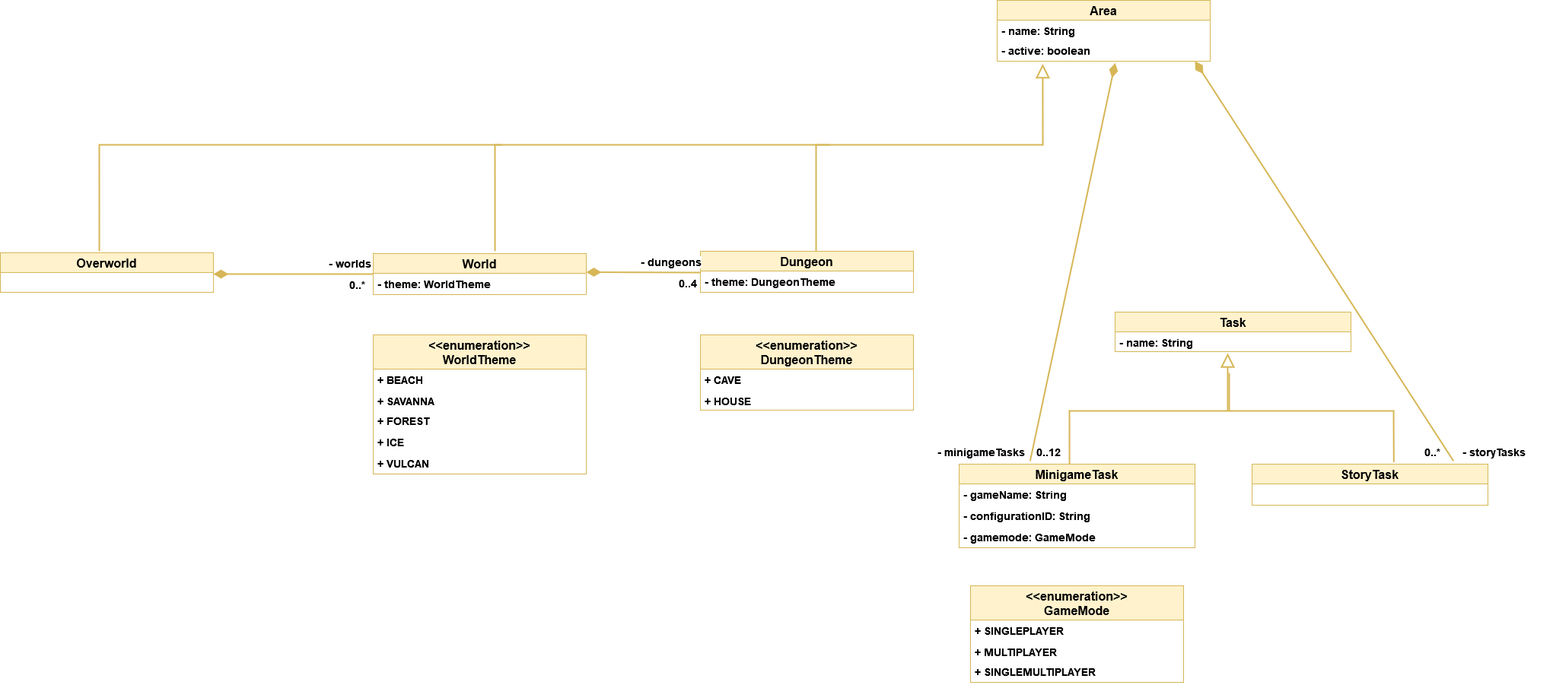
Gamify-IT/docs keeps this draw.io diagram as dev-manuals/services/overworld/class-diagram/overworld-class-diagram.png. Above is the earlier version. Source tidied: cells renumbered, new cells last; positions are measured from the earlier drawing's top-left corner, leaving out a move shared by most shapes.
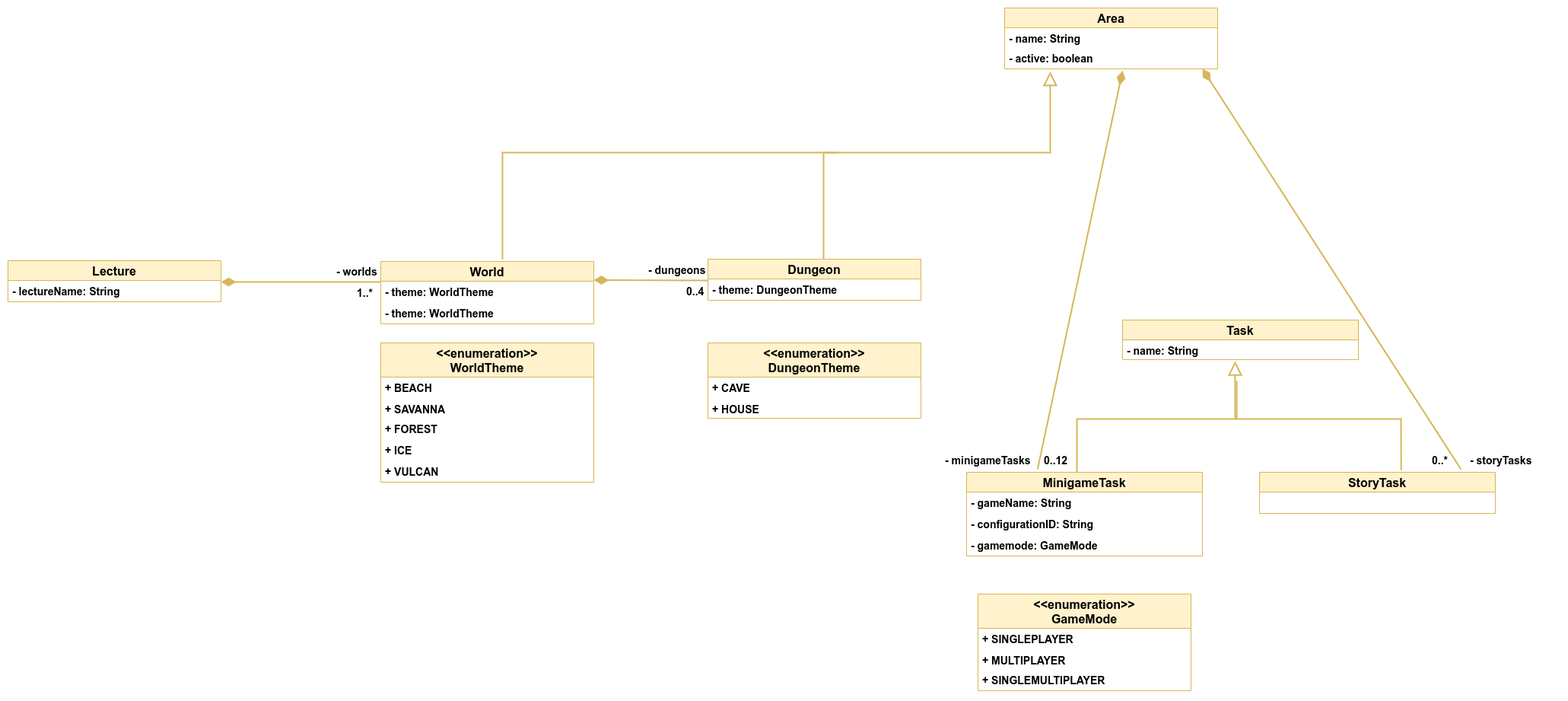
The same diagram one commit later.

Commit message:
update class diagram

Diff of the diagram source:
```diff
@@ -2,16 +2,22 @@
   <root>
     <mxCell id="0" />
     <mxCell id="1" parent="0" />
-    <mxCell id="2" value="Overworld" style="swimlane;fontStyle=1;horizontal=1;startSize=26;fillColor=#fff2cc;strokeColor=#d6b656;fontSize=16;" parent="1" vertex="1">
-      <mxGeometry y="332" width="280" height="52" as="geometry" />
+    <mxCell id="2" value="Lecture" style="swimlane;fontStyle=1;horizontal=1;startSize=26;fillColor=#fff2cc;strokeColor=#d6b656;fontSize=16;" parent="1" vertex="1">
+      <mxGeometry y="332" width="280" height="54" as="geometry" />
     </mxCell>
+    <mxCell id="48" value="- lectureName: String" style="text;strokeColor=none;fillColor=none;align=left;verticalAlign=top;spacingLeft=4;spacingRight=4;overflow=hidden;fontStyle=1;fontSize=14;" parent="2" vertex="1">
+      <mxGeometry y="26" width="280" height="28" as="geometry" />
+    </mxCell>
     <mxCell id="3" value="World" style="swimlane;fontStyle=1;horizontal=1;startSize=26;fillColor=#fff2cc;strokeColor=#d6b656;fontSize=16;" parent="1" vertex="1">
-      <mxGeometry x="490" y="333" width="280" height="54" as="geometry" />
+      <mxGeometry x="490" y="333" width="280" height="82" as="geometry" />
     </mxCell>
+    <mxCell id="49" value="- theme: WorldTheme" style="text;strokeColor=none;fillColor=none;align=left;verticalAlign=top;spacingLeft=4;spacingRight=4;overflow=hidden;fontStyle=1;fontSize=14;" parent="3" vertex="1">
+      <mxGeometry y="26" width="280" height="28" as="geometry" />
+    </mxCell>
     <mxCell id="4" value="- theme: WorldTheme" style="text;strokeColor=none;fillColor=none;align=left;verticalAlign=top;spacingLeft=4;spacingRight=4;overflow=hidden;fontStyle=1;fontSize=14;" parent="3" vertex="1">
-      <mxGeometry y="26" width="280" height="28" as="geometry" />
+      <mxGeometry y="54" width="280" height="28" as="geometry" />
     </mxCell>
-    <mxCell id="5" value="0..*" style="html=1;align=right;verticalAlign=top;labelBackgroundColor=#ffffff;fontSize=14;fontStyle=1;" parent="1" vertex="1">
+    <mxCell id="5" value="1..*" style="html=1;align=right;verticalAlign=top;labelBackgroundColor=#ffffff;fontSize=14;fontStyle=1;" parent="1" vertex="1">
       <mxGeometry x="480" y="360" as="geometry" />
     </mxCell>
     <mxCell id="6" style="endArrow=none;html=1;endSize=12;startArrow=diamondThin;startSize=14;startFill=1;strokeWidth=2;fontSize=14;fillColor=#fff2cc;strokeColor=#d6b656;endFill=0;fontStyle=1;rounded=0;" parent="1" edge="1">
@@ -174,15 +180,5 @@
         <mxPoint x="1570" y="80" as="sourcePoint" />
       </mxGeometry>
     </mxCell>
-    <mxCell id="47" style="endArrow=none;html=1;endSize=12;startArrow=none;startSize=14;startFill=0;strokeWidth=2;fontSize=14;fillColor=#fff2cc;strokeColor=#d6b656;endFill=0;fontStyle=1;rounded=0;entryX=0.543;entryY=0;entryDx=0;entryDy=0;entryPerimeter=0;" parent="1" edge="1">
-      <mxGeometry relative="1" as="geometry">
-        <mxPoint x="660" y="190" as="sourcePoint" />
-        <mxPoint x="130" y="330" as="targetPoint" />
-        <Array as="points">
-          <mxPoint x="286" y="190" />
-          <mxPoint x="130" y="190" />
-        </Array>
-      </mxGeometry>
-    </mxCell>
   </root>
 </mxGraphModel>
```
